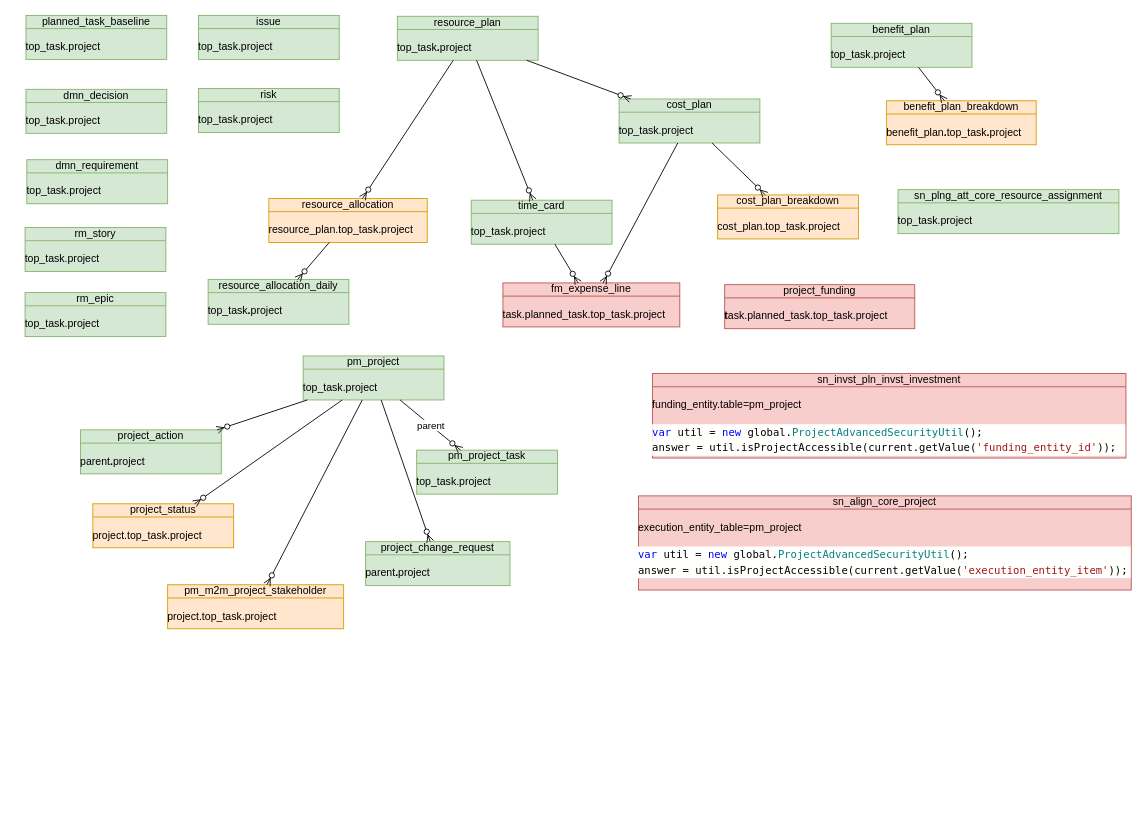
This is page "topSecret" (3 of 15) of JTI.drawio from algimas/tmp, a draw.io file, before an edit. Source tidied: cells renumbered, new cells numbered last; positions are measured from the earlier drawing's top-left corner, leaving out a move shared by most shapes. Both pictures are drawn from the tidied source at 88%, with x=0, y=0 at pixel (25, 15).
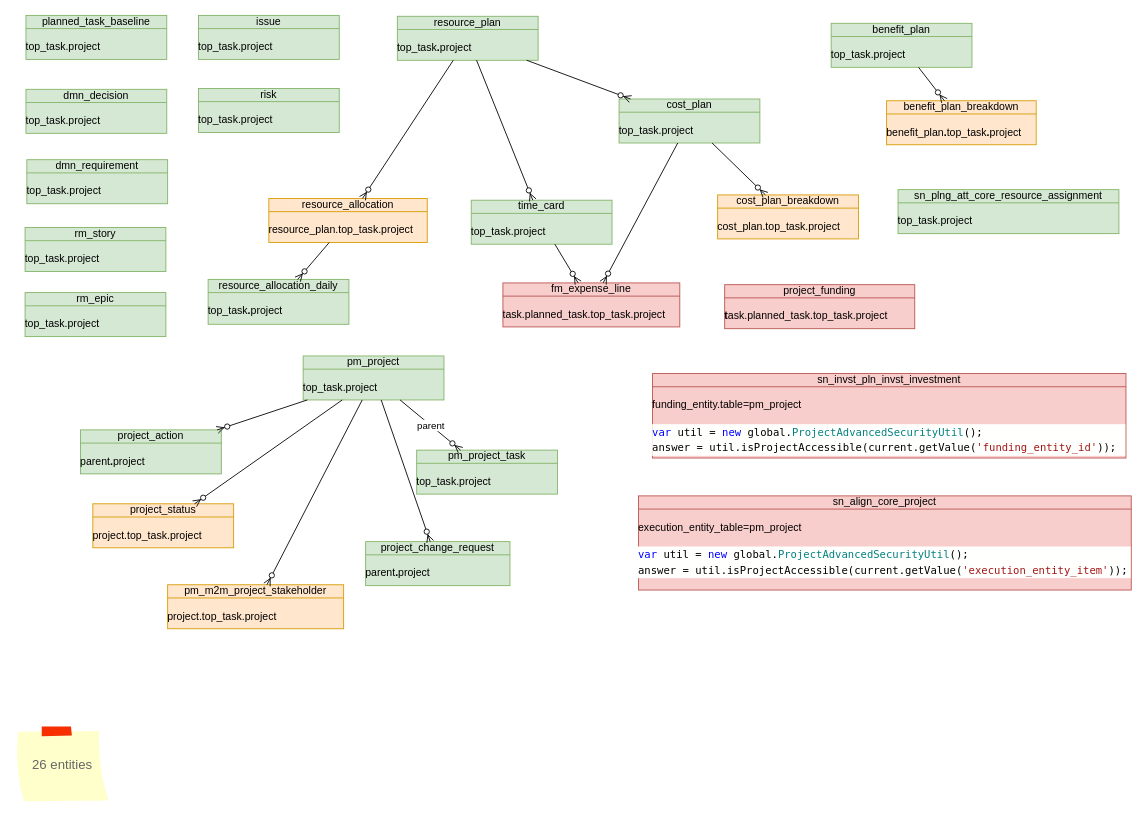
Above is the later version.

Change to the diagram source:
```diff
@@
+    <mxCell id="42" value="26 entities" style="strokeWidth=1;shadow=0;dashed=0;align=center;html=1;shape=mxgraph.mockup.text.stickyNote2;fontColor=#666666;mainText=;fontSize=15;whiteSpace=wrap;fillColor=#ffffcc;strokeColor=#F62E00;" parent="1" vertex="1">
+      <mxGeometry x="-11" y="808" width="107" height="86" as="geometry" />
+    </mxCell>
```
